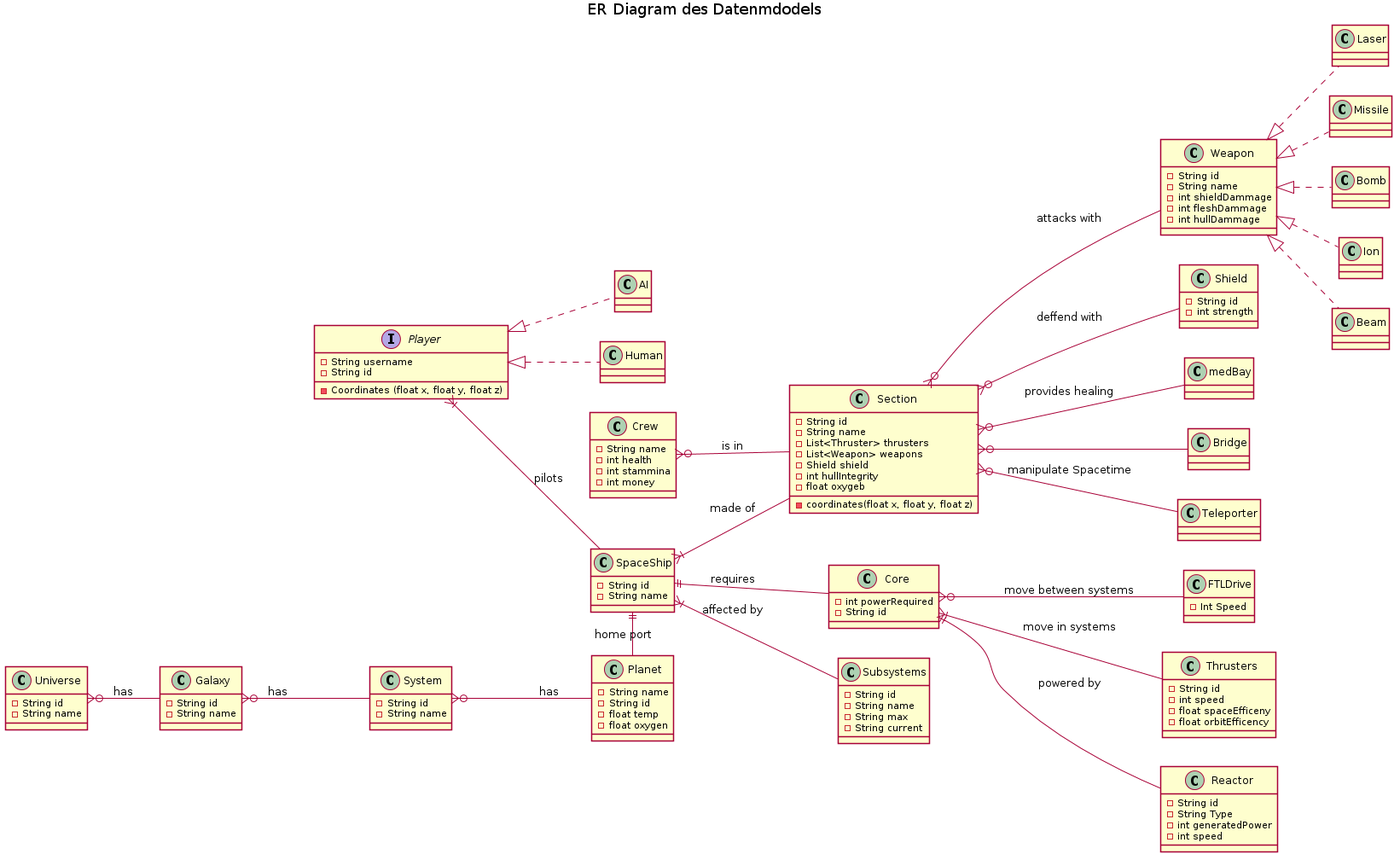
Earlier version of the PlantUML export docs/ERDiagram.png (ksreyr/SpaceStudio).
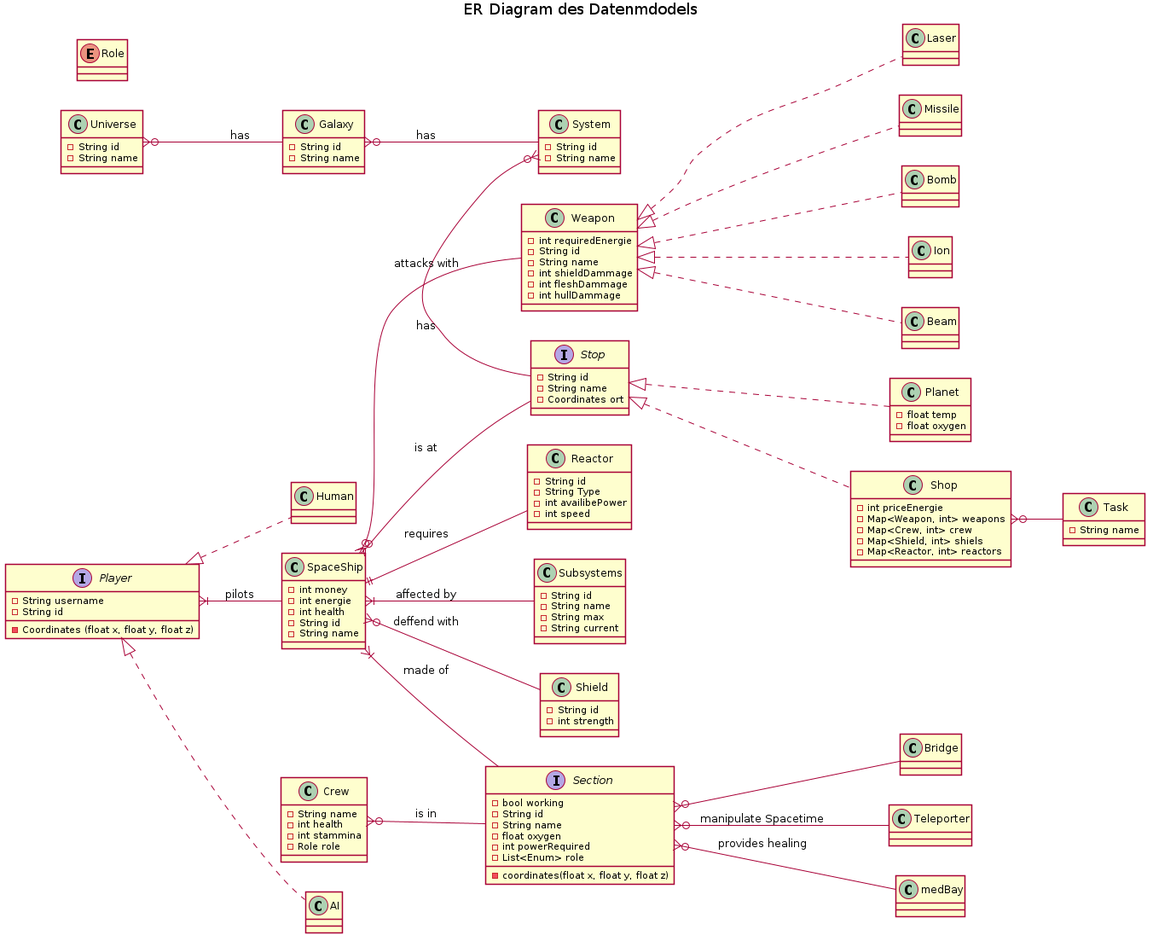
The same diagram one commit later.

The edit, as a diff of the source:
```diff
@@ -3,25 +3,31 @@
 left to right direction
 skinparam shadowing false
 
+enum Role
+
 class SpaceShip {
+  - int money
+  - int energie
+  - int health
   - String id
   - String name
 }
 
-class Core {
-  - int powerRequired
-  - String id
-}
 
 class Reactor {
   - String id
   - String Type
-  - int generatedPower
+  - int availibePower
   - int speed
 }
 
-class FTLDrive {
-  - Int Speed
+
+class Shop {
+  - int priceEnergie
+  - Map<Weapon, int> weapons
+  - Map<Crew, int> crew
+  - Map<Shield, int> shiels
+  - Map<Reactor, int> reactors
 }
 
 class Subsystems {
@@ -36,29 +42,23 @@
    - int strength
 }
 
-class Section {
+interface Section {
+  - bool working
   - String id
   - String name
-  - List<Thruster> thrusters
-  - List<Weapon> weapons
-  - Shield shield
-  - int hullIntegrity
-  - float oxygeb
+  - float oxygen
   - coordinates(float x, float y, float z)
+  - int powerRequired
+  - List<Enum> role
 }
 
 class medBay
 class Bridge
 class Teleporter
 
-class Thrusters {
-  - String id
-  - int speed
-  - float spaceEfficeny
-  - float orbitEfficency
-}
 
 class Weapon {
+  - int requiredEnergie
   - String id
   - String name
   - int shieldDammage
@@ -77,10 +77,9 @@
   - String name
   - int health
   - int stammina
-  - int money
+  - Role role
 
 }
-
 
 
 interface Player {
@@ -109,17 +108,31 @@
 }
 
 class Planet {
-   - String name
-   - String id
    - float temp
    - float oxygen
+}
+
+interface Stop {
+   - String id
+   - String name
+   - Coordinates ort
+}
+
+class Task {
+  - String name
 }
 
 
 Universe }o-- Galaxy: has
 Galaxy }o-- System: has
-System }o-- Planet: has
-SpaceShip ||-right- Planet : home port
+System }o-right- Stop: has
+
+Stop <|.. Planet
+Stop <|.. Shop
+
+Shop }o-- Task
+
+SpaceShip }o-- Stop : is at
 
 Player }|-- SpaceShip: pilots
 Player <|.. AI
@@ -127,14 +140,11 @@
 
 SpaceShip }|-- Subsystems: affected by
 SpaceShip }|-- Section: made of
-SpaceShip ||-- Core: requires
+SpaceShip ||-- Reactor: requires
+SpaceShip }o-- Shield: deffend with
+SpaceShip }o-- Weapon: attacks with
 
-Core }|-- Thrusters: move in systems
-Core }o-- FTLDrive: move between systems
-Core ||-- Reactor: powered by
 
-Section }o-- Weapon: attacks with
-Section }o-- Shield: deffend with
 Section }o-- medBay: provides healing
 Section }o-- Bridge
 Section }o-- Teleporter: manipulate Spacetime
```
